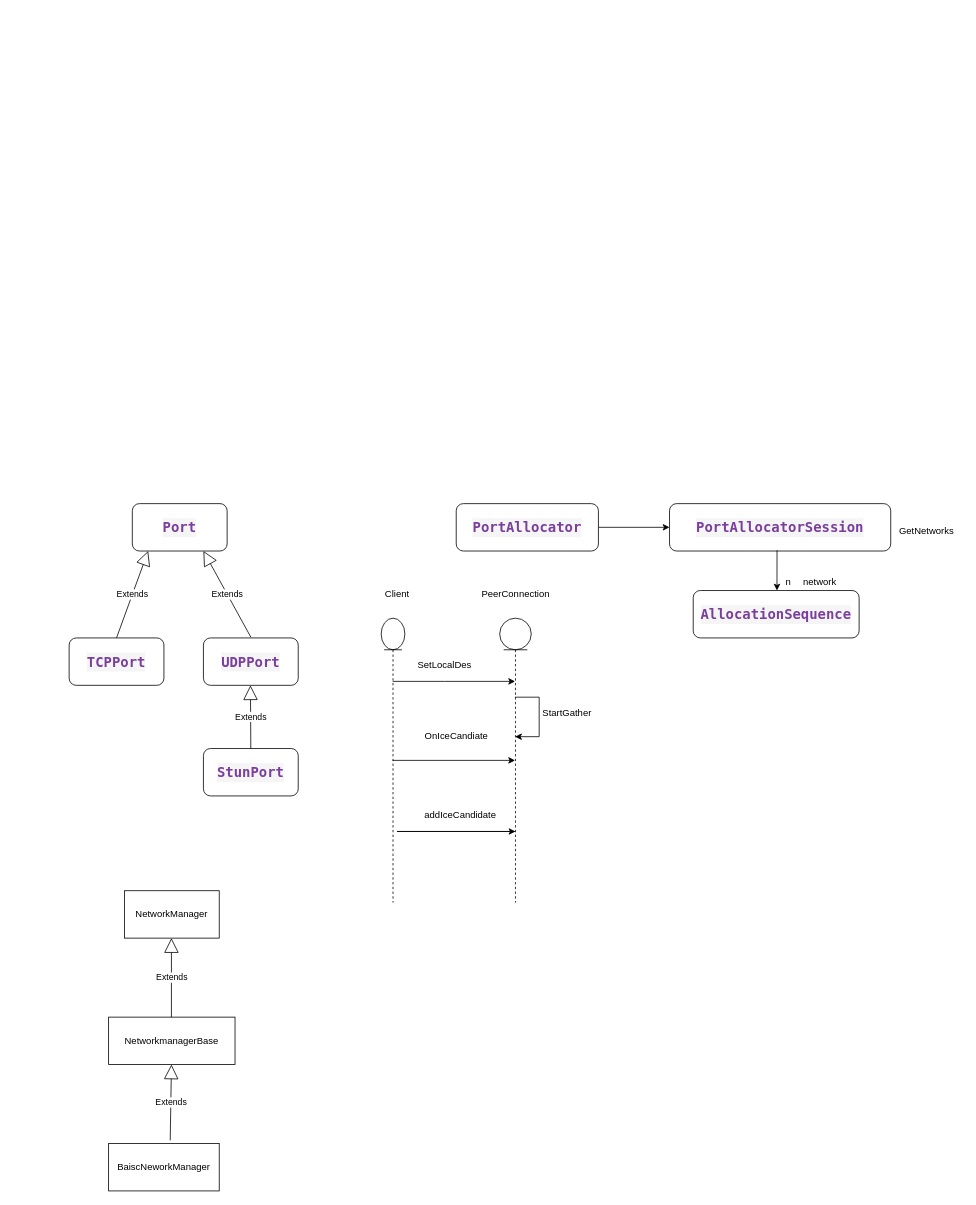
shcalm/repo_drawio keeps this draw.io diagram as page "P2P" (9 of 9) of congestion.drawio. Above is the earlier version. Source tidied: cells renumbered, new cells numbered last; positions are measured from the earlier drawing's top-left corner, leaving out a move shared by most shapes. Both pictures are drawn from the tidied source at 79%, with x=0, y=0 at pixel (69, 503).
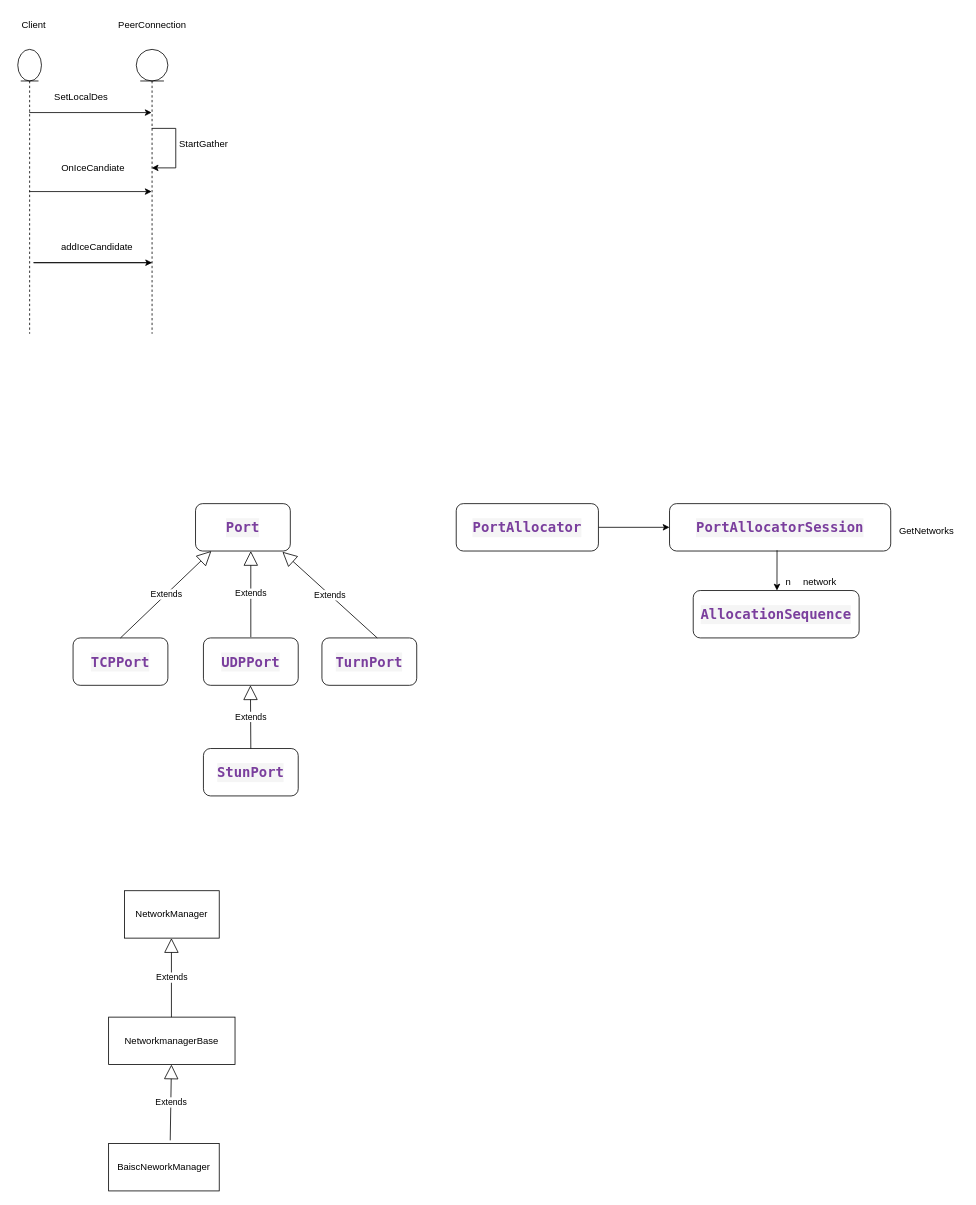
The same page after the edit.

The edit, as a diff of the source:
```diff
@@
-    <mxCell id="7" value="Extends" style="endArrow=block;endSize=16;endFill=0;html=1;rounded=0;entryX=0.75;entryY=1;entryDx=0;entryDy=0;" parent="1" edge="1" target="8">
+    <mxCell id="7" value="Extends" style="endArrow=block;endSize=16;endFill=0;html=1;rounded=0;entryX=0.583;entryY=1;entryDx=0;entryDy=0;entryPerimeter=0;" parent="1" edge="1" target="8">
       <mxGeometry relative="1" as="geometry">
         <mxPoint x="230" y="169" as="sourcePoint" />
       </mxGeometry>
     </mxCell>
     <mxCell id="8" value="&lt;div style=&quot;color: rgb(51, 51, 51); background-color: rgb(245, 245, 245); font-family: &amp;quot;Droid Sans Mono&amp;quot;, &amp;quot;monospace&amp;quot;, monospace; font-weight: normal; font-size: 17.6px; line-height: 24px;&quot;&gt;&lt;div&gt;&lt;span style=&quot;color: #7a3e9d;font-weight: bold;&quot;&gt;Port&lt;/span&gt;&lt;/div&gt;&lt;/div&gt;" style="rounded=1;whiteSpace=wrap;html=1;" parent="1" vertex="1">
-      <mxGeometry x="80" width="120" height="60" as="geometry" />
+      <mxGeometry x="160" width="120" height="60" as="geometry" />
     </mxCell>
@@
     <mxCell id="11" value="&lt;div style=&quot;color: rgb(51, 51, 51); background-color: rgb(245, 245, 245); font-family: &amp;quot;Droid Sans Mono&amp;quot;, &amp;quot;monospace&amp;quot;, monospace; font-weight: normal; font-size: 17.6px; line-height: 24px;&quot;&gt;&lt;div&gt;&lt;span style=&quot;color: #7a3e9d;font-weight: bold;&quot;&gt;TCPPort&lt;/span&gt;&lt;/div&gt;&lt;/div&gt;" style="rounded=1;whiteSpace=wrap;html=1;" parent="1" vertex="1">
-      <mxGeometry y="170" width="120" height="60" as="geometry" />
+      <mxGeometry x="5" y="170" width="120" height="60" as="geometry" />
     </mxCell>
@@
     <mxCell id="13" style="edgeStyle=orthogonalEdgeStyle;rounded=0;jettySize=auto;html=1;" parent="1" edge="1" source="15" target="17">
       <mxGeometry relative="1" as="geometry">
         <Array as="points">
-          <mxPoint x="475" y="225" />
-          <mxPoint x="475" y="225" />
+          <mxPoint x="15" y="-495" />
+          <mxPoint x="15" y="-495" />
         </Array>
       </mxGeometry>
     </mxCell>
@@
     <mxCell id="15" style="shape=umlLifeline;participant=umlEntity;perimeter=lifelinePerimeter;whiteSpace=wrap;html=1;verticalAlign=top;spacingTop=36;outlineConnect=0;" parent="1" vertex="1">
-      <mxGeometry x="395" y="145" width="30" height="360" as="geometry" />
+      <mxGeometry x="-65" y="-575" width="30" height="360" as="geometry" />
     </mxCell>
     <mxCell id="16" style="edgeStyle=orthogonalEdgeStyle;rounded=0;jettySize=auto;html=1;" parent="1" edge="1" source="17">
       <mxGeometry relative="1" as="geometry">
-        <mxPoint x="565" y="415" as="targetPoint" />
+        <mxPoint x="105" y="-305" as="targetPoint" />
         <Array as="points">
-          <mxPoint x="415" y="415" />
-          <mxPoint x="415" y="415" />
+          <mxPoint x="-45" y="-305" />
+          <mxPoint x="-45" y="-305" />
         </Array>
       </mxGeometry>
     </mxCell>
     <mxCell id="17" style="shape=umlLifeline;participant=umlEntity;perimeter=lifelinePerimeter;whiteSpace=wrap;html=1;verticalAlign=top;spacingTop=36;outlineConnect=0;" parent="1" vertex="1">
-      <mxGeometry x="545" y="145" width="40" height="360" as="geometry" />
+      <mxGeometry x="85" y="-575" width="40" height="360" as="geometry" />
     </mxCell>
     <mxCell id="18" value="Client" style="text;html=1;align=center;verticalAlign=middle;strokeColor=none;fillColor=none;" parent="1" vertex="1">
-      <mxGeometry x="390" y="100" width="50" height="30" as="geometry" />
+      <mxGeometry x="-70" y="-620" width="50" height="30" as="geometry" />
     </mxCell>
     <mxCell id="19" value="PeerConnection" style="text;html=1;align=center;verticalAlign=middle;strokeColor=none;fillColor=none;" parent="1" vertex="1">
-      <mxGeometry x="510" y="100" width="110" height="30" as="geometry" />
+      <mxGeometry x="50" y="-620" width="110" height="30" as="geometry" />
     </mxCell>
     <mxCell id="20" value="SetLocalDes" style="text;html=1;align=center;verticalAlign=middle;strokeColor=none;fillColor=none;" parent="1" vertex="1">
-      <mxGeometry x="430" y="190" width="90" height="30" as="geometry" />
+      <mxGeometry x="-30" y="-530" width="90" height="30" as="geometry" />
     </mxCell>
     <mxCell id="21" style="edgeStyle=orthogonalEdgeStyle;rounded=0;orthogonalLoop=1;jettySize=auto;html=1;" parent="1" edge="1" source="17" target="17">
       <mxGeometry relative="1" as="geometry">
         <Array as="points">
-          <mxPoint x="595" y="245" />
-          <mxPoint x="585" y="295" />
+          <mxPoint x="135" y="-475" />
+          <mxPoint x="125" y="-425" />
         </Array>
       </mxGeometry>
     </mxCell>
     <mxCell id="22" value="StartGather" style="text;html=1;align=center;verticalAlign=middle;strokeColor=none;fillColor=none;" parent="1" vertex="1">
-      <mxGeometry x="585" y="250" width="90" height="30" as="geometry" />
+      <mxGeometry x="125" y="-470" width="90" height="30" as="geometry" />
     </mxCell>
     <mxCell id="23" value="OnIceCandiate" style="text;html=1;align=center;verticalAlign=middle;strokeColor=none;fillColor=none;" parent="1" vertex="1">
-      <mxGeometry x="440" y="280" width="100" height="30" as="geometry" />
+      <mxGeometry x="-20" y="-440" width="100" height="30" as="geometry" />
     </mxCell>
     <mxCell id="24" value="addIceCandidate" style="text;html=1;align=center;verticalAlign=middle;strokeColor=none;fillColor=none;" parent="1" vertex="1">
-      <mxGeometry x="440" y="380" width="110" height="30" as="geometry" />
+      <mxGeometry x="-20" y="-340" width="110" height="30" as="geometry" />
     </mxCell>
@@
+    <mxCell id="34" value="&lt;div style=&quot;color: rgb(51, 51, 51); background-color: rgb(245, 245, 245); font-family: &amp;quot;Droid Sans Mono&amp;quot;, &amp;quot;monospace&amp;quot;, monospace; font-weight: normal; font-size: 17.6px; line-height: 24px;&quot;&gt;&lt;div&gt;&lt;span style=&quot;color: #7a3e9d;font-weight: bold;&quot;&gt;TurnPort&lt;/span&gt;&lt;/div&gt;&lt;/div&gt;" style="rounded=1;whiteSpace=wrap;html=1;" parent="1" vertex="1">
+      <mxGeometry x="320" y="170" width="120" height="60" as="geometry" />
+    </mxCell>
+    <mxCell id="35" value="Extends" style="endArrow=block;endSize=16;endFill=0;html=1;rounded=0;" parent="1" edge="1">
+      <mxGeometry relative="1" as="geometry">
+        <mxPoint x="390" y="170" as="sourcePoint" />
+        <mxPoint x="270" y="61" as="targetPoint" />
+      </mxGeometry>
+    </mxCell>
```
